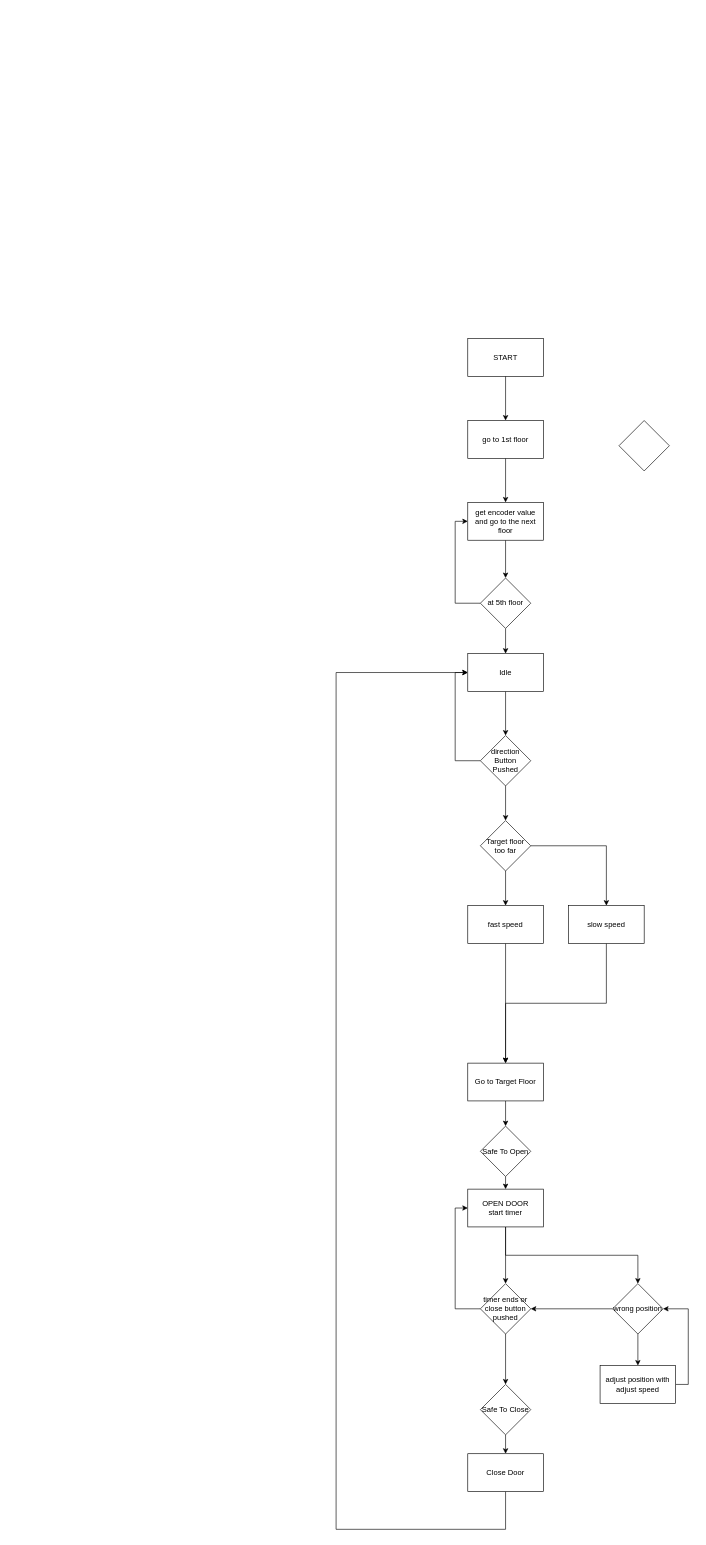
Above: Elevator Flowchart.drawio in lkw56/Elevator (draw.io), before the change. Source tidied: cells renumbered, new cells numbered last; positions are measured from the earlier drawing's top-left corner, leaving out a move shared by most shapes. Both pictures are drawn from the tidied source at 63%, with x=0, y=0 at pixel (336, 338).
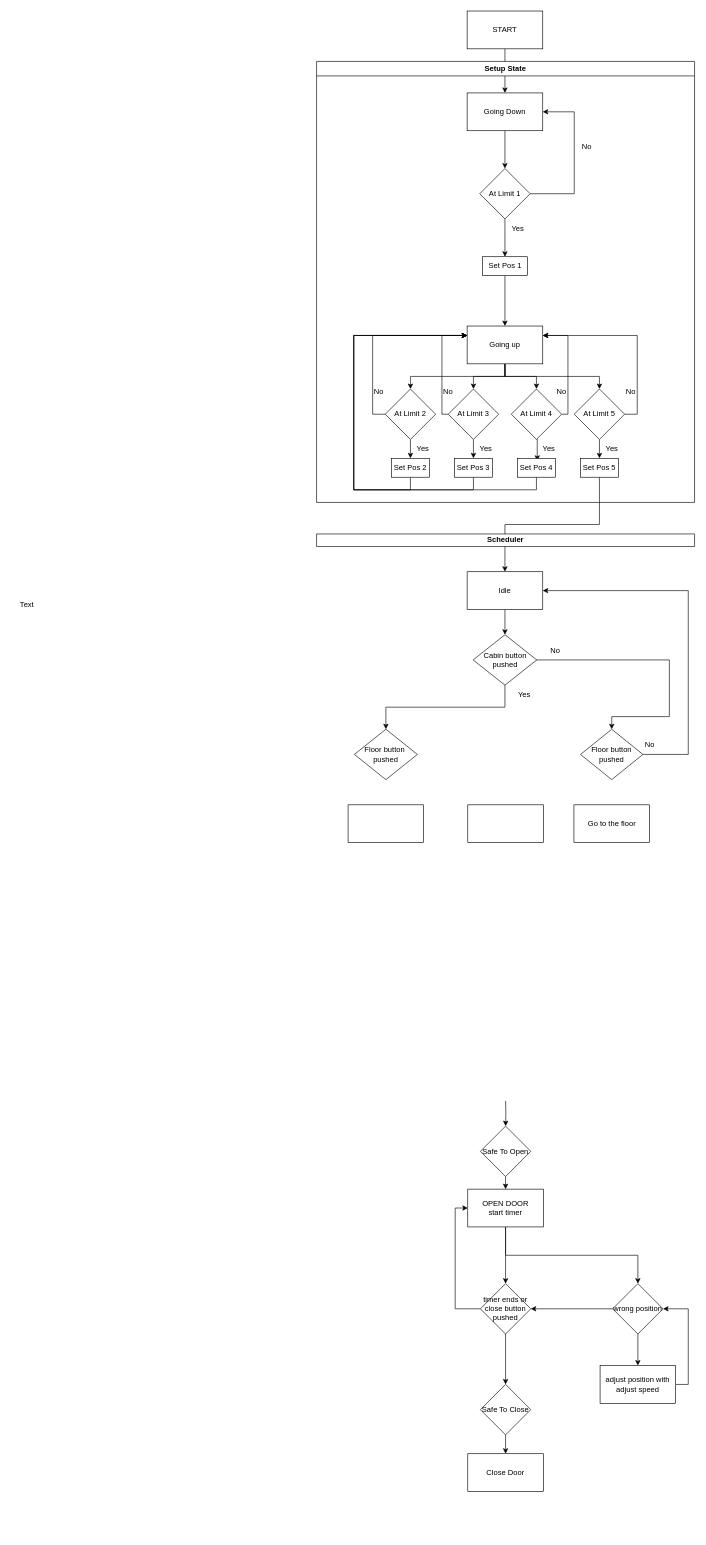
The same diagram, later.

The change refers to these unchanged cells:
```xml
<mxCell id="9" value="Safe To Open" style="rhombus;whiteSpace=wrap;html=1;" parent="1" vertex="1">
  <mxGeometry x="229" y="1250" width="80" height="80" as="geometry" />
</mxCell>
<mxCell id="16" value="Close Door" style="rounded=0;whiteSpace=wrap;html=1;" parent="1" vertex="1">
  <mxGeometry x="209" y="1770" width="120" height="60" as="geometry" />
</mxCell>
```

The edit, as a diff of the source:
```diff
@@
     <mxCell id="2" value="START" style="rounded=0;whiteSpace=wrap;html=1;" parent="1" vertex="1">
-      <mxGeometry x="209" width="120" height="60" as="geometry" />
+      <mxGeometry x="208" y="-520" width="120" height="60" as="geometry" />
     </mxCell>
-    <mxCell id="3" style="edgeStyle=orthogonalEdgeStyle;rounded=0;jettySize=auto;html=1;exitX=0.5;exitY=1;exitDx=0;exitDy=0;entryX=0.5;entryY=0;entryDx=0;entryDy=0;" parent="1" edge="1" source="4" target="9">
-      <mxGeometry relative="1" as="geometry" />
+    <mxCell id="3" style="edgeStyle=orthogonalEdgeStyle;rounded=0;jettySize=auto;html=1;exitX=0.5;exitY=1;exitDx=0;exitDy=0;entryX=0.5;entryY=0;entryDx=0;entryDy=0;" parent="1" edge="1" target="9">
+      <mxGeometry relative="1" as="geometry">
+        <mxPoint x="269" y="1210" as="sourcePoint" />
+      </mxGeometry>
     </mxCell>
-    <mxCell id="4" value="Go to Target Floor" style="rounded=0;whiteSpace=wrap;html=1;" parent="1" vertex="1">
-      <mxGeometry x="209" y="1150" width="120" height="60" as="geometry" />
-    </mxCell>
@@
-    <mxCell id="10" style="edgeStyle=orthogonalEdgeStyle;rounded=0;jettySize=auto;html=1;exitX=0;exitY=0.5;exitDx=0;exitDy=0;entryX=0;entryY=0.5;entryDx=0;entryDy=0;" parent="1" edge="1" source="12" target="27">
-      <mxGeometry relative="1" as="geometry" />
-    </mxCell>
-    <mxCell id="11" style="edgeStyle=orthogonalEdgeStyle;rounded=0;jettySize=auto;html=1;exitX=0.5;exitY=1;exitDx=0;exitDy=0;entryX=0.5;entryY=0;entryDx=0;entryDy=0;" parent="1" edge="1" source="12" target="30">
-      <mxGeometry relative="1" as="geometry" />
-    </mxCell>
-    <mxCell id="12" value="direction Button Pushed" style="rhombus;whiteSpace=wrap;html=1;" parent="1" vertex="1">
-      <mxGeometry x="229" y="630" width="80" height="80" as="geometry" />
-    </mxCell>
@@
-    <mxCell id="15" style="edgeStyle=orthogonalEdgeStyle;rounded=0;jettySize=auto;html=1;exitX=0.5;exitY=1;exitDx=0;exitDy=0;" parent="1" edge="1" source="16">
-      <mxGeometry relative="1" as="geometry">
-        <mxPoint x="209" y="530" as="targetPoint" />
-        <Array as="points">
-          <mxPoint x="269" y="1890" />
-          <mxPoint y="1890" />
-          <mxPoint y="530" />
-        </Array>
-      </mxGeometry>
-    </mxCell>
@@
-    <mxCell id="17" style="edgeStyle=orthogonalEdgeStyle;rounded=0;jettySize=auto;html=1;exitX=0.5;exitY=1;exitDx=0;exitDy=0;entryX=0.5;entryY=0;entryDx=0;entryDy=0;" parent="1" edge="1" source="18" target="22">
-      <mxGeometry relative="1" as="geometry" />
-    </mxCell>
-    <mxCell id="18" value="get encoder value and go to the next floor" style="rounded=0;whiteSpace=wrap;html=1;" parent="1" vertex="1">
-      <mxGeometry x="209" y="260" width="120" height="60" as="geometry" />
-    </mxCell>
-    <mxCell id="19" style="rhombus;whiteSpace=wrap;html=1;" parent="1" vertex="1">
-      <mxGeometry x="449" y="130" width="80" height="80" as="geometry" />
-    </mxCell>
-    <mxCell id="20" style="edgeStyle=orthogonalEdgeStyle;rounded=0;jettySize=auto;html=1;exitX=0;exitY=0.5;exitDx=0;exitDy=0;entryX=0;entryY=0.5;entryDx=0;entryDy=0;" parent="1" edge="1" source="22" target="18">
-      <mxGeometry relative="1" as="geometry" />
-    </mxCell>
-    <mxCell id="21" style="edgeStyle=orthogonalEdgeStyle;rounded=0;jettySize=auto;html=1;exitX=0.5;exitY=1;exitDx=0;exitDy=0;entryX=0.5;entryY=0;entryDx=0;entryDy=0;" parent="1" edge="1" source="22" target="27">
-      <mxGeometry relative="1" as="geometry" />
-    </mxCell>
-    <mxCell id="22" value="at 5th floor" style="rhombus;whiteSpace=wrap;html=1;" parent="1" vertex="1">
-      <mxGeometry x="229" y="380" width="80" height="80" as="geometry" />
-    </mxCell>
-    <mxCell id="23" style="edgeStyle=orthogonalEdgeStyle;rounded=0;jettySize=auto;html=1;exitX=0.5;exitY=1;exitDx=0;exitDy=0;entryX=0.5;entryY=0;entryDx=0;entryDy=0;" parent="1" edge="1" source="24" target="18">
-      <mxGeometry relative="1" as="geometry" />
-    </mxCell>
-    <mxCell id="24" value="go to 1st floor" style="rounded=0;whiteSpace=wrap;html=1;" parent="1" vertex="1">
-      <mxGeometry x="209" y="130" width="120" height="60" as="geometry" />
-    </mxCell>
-    <mxCell id="25" style="endArrow=classic;html=1;rounded=0;exitX=0.5;exitY=1;exitDx=0;exitDy=0;" parent="1" edge="1" source="2" target="24">
+    <mxCell id="25" style="endArrow=classic;html=1;rounded=0;exitX=0.5;exitY=1;exitDx=0;exitDy=0;entryX=0.5;entryY=0;entryDx=0;entryDy=0;" parent="1" edge="1" source="2" target="44">
       <mxGeometry relative="1" as="geometry" />
     </mxCell>
-    <mxCell id="26" style="edgeStyle=orthogonalEdgeStyle;rounded=0;jettySize=auto;html=1;exitX=0.5;exitY=1;exitDx=0;exitDy=0;entryX=0.5;entryY=0;entryDx=0;entryDy=0;" parent="1" edge="1" source="27" target="12">
-      <mxGeometry relative="1" as="geometry" />
-    </mxCell>
-    <mxCell id="27" value="Idle" style="rounded=0;whiteSpace=wrap;html=1;" parent="1" vertex="1">
-      <mxGeometry x="209" y="500" width="120" height="60" as="geometry" />
-    </mxCell>
-    <mxCell id="28" style="edgeStyle=orthogonalEdgeStyle;rounded=0;jettySize=auto;html=1;exitX=0.5;exitY=1;exitDx=0;exitDy=0;entryX=0.5;entryY=0;entryDx=0;entryDy=0;" parent="1" edge="1" source="30" target="32">
-      <mxGeometry relative="1" as="geometry" />
-    </mxCell>
-    <mxCell id="29" style="edgeStyle=orthogonalEdgeStyle;rounded=0;jettySize=auto;html=1;exitX=1;exitY=0.5;exitDx=0;exitDy=0;entryX=0.5;entryY=0;entryDx=0;entryDy=0;" parent="1" edge="1" source="30" target="34">
-      <mxGeometry relative="1" as="geometry" />
-    </mxCell>
-    <mxCell id="30" value="Target floor too far" style="rhombus;whiteSpace=wrap;html=1;" parent="1" vertex="1">
-      <mxGeometry x="229" y="765" width="80" height="80" as="geometry" />
-    </mxCell>
-    <mxCell id="31" style="edgeStyle=orthogonalEdgeStyle;rounded=0;jettySize=auto;html=1;exitX=0.5;exitY=1;exitDx=0;exitDy=0;" parent="1" edge="1" source="32">
-      <mxGeometry relative="1" as="geometry">
-        <mxPoint x="269" y="1150" as="targetPoint" />
-      </mxGeometry>
-    </mxCell>
-    <mxCell id="32" value="fast speed" style="rounded=0;whiteSpace=wrap;html=1;" parent="1" vertex="1">
-      <mxGeometry x="209" y="900" width="120" height="60" as="geometry" />
-    </mxCell>
-    <mxCell id="33" style="edgeStyle=orthogonalEdgeStyle;rounded=0;jettySize=auto;html=1;exitX=0.5;exitY=1;exitDx=0;exitDy=0;entryX=0.5;entryY=0;entryDx=0;entryDy=0;" parent="1" edge="1" source="34" target="4">
-      <mxGeometry relative="1" as="geometry" />
-    </mxCell>
-    <mxCell id="34" value="slow speed" style="rounded=0;whiteSpace=wrap;html=1;" parent="1" vertex="1">
-      <mxGeometry x="369" y="900" width="120" height="60" as="geometry" />
-    </mxCell>
@@
+    <mxCell id="43" style="edgeStyle=orthogonalEdgeStyle;rounded=0;jettySize=auto;html=1;exitX=0.5;exitY=1;exitDx=0;exitDy=0;entryX=0.5;entryY=0;entryDx=0;entryDy=0;" parent="1" edge="1" source="44" target="47">
+      <mxGeometry relative="1" as="geometry" />
+    </mxCell>
+    <mxCell id="44" value="Going Down&lt;div&gt;&lt;/div&gt;" style="rounded=0;whiteSpace=wrap;html=1;" parent="1" vertex="1">
+      <mxGeometry x="208" y="-390" width="120" height="60" as="geometry" />
+    </mxCell>
+    <mxCell id="45" style="edgeStyle=orthogonalEdgeStyle;rounded=0;jettySize=auto;html=1;exitX=1;exitY=0.5;exitDx=0;exitDy=0;entryX=1;entryY=0.5;entryDx=0;entryDy=0;" parent="1" edge="1" source="47" target="44">
+      <mxGeometry relative="1" as="geometry">
+        <Array as="points">
+          <mxPoint x="378" y="-230" />
+          <mxPoint x="378" y="-360" />
+        </Array>
+      </mxGeometry>
+    </mxCell>
+    <mxCell id="46" style="edgeStyle=orthogonalEdgeStyle;rounded=0;jettySize=auto;html=1;exitX=0.5;exitY=1;exitDx=0;exitDy=0;entryX=0.5;entryY=0;entryDx=0;entryDy=0;" parent="1" edge="1" source="47" target="86">
+      <mxGeometry relative="1" as="geometry" />
+    </mxCell>
+    <mxCell id="47" value="At Limit 1" style="rhombus;whiteSpace=wrap;html=1;" parent="1" vertex="1">
+      <mxGeometry x="228" y="-270" width="80" height="80" as="geometry" />
+    </mxCell>
+    <mxCell id="48" value="No" style="text;html=1;strokeColor=none;fillColor=none;align=center;verticalAlign=middle;whiteSpace=wrap;rounded=0;" parent="1" vertex="1">
+      <mxGeometry x="368" y="-320" width="60" height="30" as="geometry" />
+    </mxCell>
+    <mxCell id="49" value="Yes" style="text;html=1;align=center;verticalAlign=middle;strokeColor=none;fillColor=none;" parent="1" vertex="1">
+      <mxGeometry x="268" y="-190" width="40" height="30" as="geometry" />
+    </mxCell>
+    <mxCell id="50" style="edgeStyle=orthogonalEdgeStyle;rounded=0;jettySize=auto;html=1;exitX=0.5;exitY=1;exitDx=0;exitDy=0;" parent="1" edge="1" source="54" target="60">
+      <mxGeometry relative="1" as="geometry" />
+    </mxCell>
+    <mxCell id="51" style="edgeStyle=orthogonalEdgeStyle;rounded=0;jettySize=auto;html=1;exitX=0.5;exitY=1;exitDx=0;exitDy=0;entryX=0.5;entryY=0;entryDx=0;entryDy=0;" parent="1" edge="1" source="54" target="57">
+      <mxGeometry relative="1" as="geometry" />
+    </mxCell>
+    <mxCell id="52" style="edgeStyle=orthogonalEdgeStyle;rounded=0;jettySize=auto;html=1;exitX=0.5;exitY=1;exitDx=0;exitDy=0;entryX=0.5;entryY=0;entryDx=0;entryDy=0;" parent="1" edge="1" source="54" target="63">
+      <mxGeometry relative="1" as="geometry" />
+    </mxCell>
+    <mxCell id="53" style="edgeStyle=orthogonalEdgeStyle;rounded=0;jettySize=auto;html=1;exitX=0.5;exitY=1;exitDx=0;exitDy=0;entryX=0.5;entryY=0;entryDx=0;entryDy=0;" parent="1" edge="1" source="54" target="66">
+      <mxGeometry relative="1" as="geometry" />
+    </mxCell>
+    <mxCell id="54" value="Going up" style="rounded=0;whiteSpace=wrap;html=1;" parent="1" vertex="1">
+      <mxGeometry x="208" y="-20" width="120" height="60" as="geometry" />
+    </mxCell>
+    <mxCell id="55" style="edgeStyle=orthogonalEdgeStyle;rounded=0;jettySize=auto;html=1;exitX=0.5;exitY=1;exitDx=0;exitDy=0;entryX=0.5;entryY=0;entryDx=0;entryDy=0;" parent="1" edge="1" source="57" target="70">
+      <mxGeometry relative="1" as="geometry" />
+    </mxCell>
+    <mxCell id="56" style="edgeStyle=orthogonalEdgeStyle;rounded=0;jettySize=auto;html=1;exitX=0;exitY=0.5;exitDx=0;exitDy=0;entryX=0;entryY=0.25;entryDx=0;entryDy=0;" parent="1" edge="1" source="57" target="54">
+      <mxGeometry relative="1" as="geometry">
+        <Array as="points">
+          <mxPoint x="168" y="120" />
+          <mxPoint x="168" y="-5" />
+        </Array>
+      </mxGeometry>
+    </mxCell>
+    <mxCell id="57" value="At Limit 3" style="rhombus;whiteSpace=wrap;html=1;" parent="1" vertex="1">
+      <mxGeometry x="178" y="80" width="80" height="80" as="geometry" />
+    </mxCell>
+    <mxCell id="58" style="edgeStyle=orthogonalEdgeStyle;rounded=0;jettySize=auto;html=1;exitX=0.5;exitY=1;exitDx=0;exitDy=0;entryX=0.5;entryY=0;entryDx=0;entryDy=0;" parent="1" edge="1" source="60" target="68">
+      <mxGeometry relative="1" as="geometry" />
+    </mxCell>
+    <mxCell id="59" style="edgeStyle=orthogonalEdgeStyle;rounded=0;jettySize=auto;html=1;exitX=0;exitY=0.5;exitDx=0;exitDy=0;entryX=0;entryY=0.25;entryDx=0;entryDy=0;" parent="1" edge="1" source="60" target="54">
+      <mxGeometry relative="1" as="geometry" />
+    </mxCell>
+    <mxCell id="60" value="At Limit 2" style="rhombus;whiteSpace=wrap;html=1;" parent="1" vertex="1">
+      <mxGeometry x="78" y="80" width="80" height="80" as="geometry" />
+    </mxCell>
+    <mxCell id="61" style="edgeStyle=orthogonalEdgeStyle;rounded=0;jettySize=auto;html=1;exitX=0.5;exitY=1;exitDx=0;exitDy=0;entryX=0.521;entryY=0.129;entryDx=0;entryDy=0;entryPerimeter=0;" parent="1" edge="1" source="63" target="72">
+      <mxGeometry relative="1" as="geometry" />
+    </mxCell>
+    <mxCell id="62" style="edgeStyle=orthogonalEdgeStyle;rounded=0;jettySize=auto;html=1;exitX=1;exitY=0.5;exitDx=0;exitDy=0;entryX=1;entryY=0.25;entryDx=0;entryDy=0;" parent="1" edge="1" source="63" target="54">
+      <mxGeometry relative="1" as="geometry">
+        <Array as="points">
+          <mxPoint x="368" y="120" />
+          <mxPoint x="368" y="-5" />
+        </Array>
+      </mxGeometry>
+    </mxCell>
+    <mxCell id="63" value="At Limit 4" style="rhombus;whiteSpace=wrap;html=1;" parent="1" vertex="1">
+      <mxGeometry x="278" y="80" width="80" height="80" as="geometry" />
+    </mxCell>
+    <mxCell id="64" style="edgeStyle=orthogonalEdgeStyle;rounded=0;jettySize=auto;html=1;exitX=0.5;exitY=1;exitDx=0;exitDy=0;entryX=0.5;entryY=0;entryDx=0;entryDy=0;" parent="1" edge="1" source="66" target="74">
+      <mxGeometry relative="1" as="geometry" />
+    </mxCell>
+    <mxCell id="65" style="edgeStyle=orthogonalEdgeStyle;rounded=0;jettySize=auto;html=1;exitX=1;exitY=0.5;exitDx=0;exitDy=0;entryX=1;entryY=0.25;entryDx=0;entryDy=0;" parent="1" edge="1" source="66" target="54">
+      <mxGeometry relative="1" as="geometry" />
+    </mxCell>
+    <mxCell id="66" value="At Limit 5" style="rhombus;whiteSpace=wrap;html=1;" parent="1" vertex="1">
+      <mxGeometry x="378" y="80" width="80" height="80" as="geometry" />
+    </mxCell>
+    <mxCell id="67" style="edgeStyle=orthogonalEdgeStyle;rounded=0;jettySize=auto;html=1;exitX=0.5;exitY=1;exitDx=0;exitDy=0;entryX=0;entryY=0.25;entryDx=0;entryDy=0;" parent="1" edge="1" source="68" target="54">
+      <mxGeometry relative="1" as="geometry">
+        <Array as="points">
+          <mxPoint x="118" y="240" />
+          <mxPoint x="28" y="240" />
+          <mxPoint x="28" y="-5" />
+        </Array>
+      </mxGeometry>
+    </mxCell>
+    <mxCell id="68" value="Set Pos 2" style="rounded=0;whiteSpace=wrap;html=1;" parent="1" vertex="1">
+      <mxGeometry x="88" y="190" width="60" height="30" as="geometry" />
+    </mxCell>
+    <mxCell id="69" style="edgeStyle=orthogonalEdgeStyle;rounded=0;jettySize=auto;html=1;exitX=0.5;exitY=1;exitDx=0;exitDy=0;entryX=0;entryY=0.25;entryDx=0;entryDy=0;" parent="1" edge="1" source="70" target="54">
+      <mxGeometry relative="1" as="geometry">
+        <Array as="points">
+          <mxPoint x="218" y="240" />
+          <mxPoint x="28" y="240" />
+          <mxPoint x="28" y="-5" />
+        </Array>
+      </mxGeometry>
+    </mxCell>
+    <mxCell id="70" value="&lt;div&gt;Set Pos 3&lt;/div&gt;" style="rounded=0;whiteSpace=wrap;html=1;" parent="1" vertex="1">
+      <mxGeometry x="188" y="190" width="60" height="30" as="geometry" />
+    </mxCell>
+    <mxCell id="71" style="edgeStyle=orthogonalEdgeStyle;rounded=0;jettySize=auto;html=1;exitX=0.5;exitY=1;exitDx=0;exitDy=0;entryX=0;entryY=0.25;entryDx=0;entryDy=0;" parent="1" edge="1" source="72" target="54">
+      <mxGeometry relative="1" as="geometry">
+        <Array as="points">
+          <mxPoint x="318" y="240" />
+          <mxPoint x="28" y="240" />
+          <mxPoint x="28" y="-5" />
+        </Array>
+      </mxGeometry>
+    </mxCell>
+    <mxCell id="72" value="&lt;div&gt;Set Pos 4&lt;/div&gt;" style="rounded=0;whiteSpace=wrap;html=1;" parent="1" vertex="1">
+      <mxGeometry x="288" y="190" width="60" height="30" as="geometry" />
+    </mxCell>
+    <mxCell id="73" style="edgeStyle=orthogonalEdgeStyle;rounded=0;jettySize=auto;html=1;exitX=0.5;exitY=1;exitDx=0;exitDy=0;entryX=0.5;entryY=0;entryDx=0;entryDy=0;" parent="1" edge="1" source="74" target="27">
+      <mxGeometry relative="1" as="geometry" />
+    </mxCell>
+    <mxCell id="74" value="Set Pos 5" style="rounded=0;whiteSpace=wrap;html=1;" parent="1" vertex="1">
+      <mxGeometry x="388" y="190" width="60" height="30" as="geometry" />
+    </mxCell>
+    <mxCell id="75" value="No" style="text;html=1;strokeColor=none;fillColor=none;align=center;verticalAlign=middle;whiteSpace=wrap;rounded=0;" parent="1" vertex="1">
+      <mxGeometry x="38" y="70" width="60" height="30" as="geometry" />
+    </mxCell>
+    <mxCell id="76" value="No" style="text;html=1;strokeColor=none;fillColor=none;align=center;verticalAlign=middle;whiteSpace=wrap;rounded=0;" parent="1" vertex="1">
+      <mxGeometry x="148" y="70" width="60" height="30" as="geometry" />
+    </mxCell>
+    <mxCell id="77" value="No" style="text;html=1;strokeColor=none;fillColor=none;align=center;verticalAlign=middle;whiteSpace=wrap;rounded=0;" parent="1" vertex="1">
+      <mxGeometry x="328" y="70" width="60" height="30" as="geometry" />
+    </mxCell>
+    <mxCell id="78" value="No" style="text;html=1;strokeColor=none;fillColor=none;align=center;verticalAlign=middle;whiteSpace=wrap;rounded=0;" parent="1" vertex="1">
+      <mxGeometry x="438" y="70" width="60" height="30" as="geometry" />
+    </mxCell>
+    <mxCell id="79" value="Yes" style="text;html=1;strokeColor=none;fillColor=none;align=center;verticalAlign=middle;whiteSpace=wrap;rounded=0;" parent="1" vertex="1">
+      <mxGeometry x="108" y="160" width="60" height="30" as="geometry" />
+    </mxCell>
+    <mxCell id="80" value="Yes" style="text;html=1;strokeColor=none;fillColor=none;align=center;verticalAlign=middle;whiteSpace=wrap;rounded=0;" parent="1" vertex="1">
+      <mxGeometry x="208" y="160" width="60" height="30" as="geometry" />
+    </mxCell>
+    <mxCell id="81" value="Yes" style="text;html=1;strokeColor=none;fillColor=none;align=center;verticalAlign=middle;whiteSpace=wrap;rounded=0;" parent="1" vertex="1">
+      <mxGeometry x="308" y="160" width="60" height="30" as="geometry" />
+    </mxCell>
+    <mxCell id="82" value="Yes" style="text;html=1;strokeColor=none;fillColor=none;align=center;verticalAlign=middle;whiteSpace=wrap;rounded=0;" parent="1" vertex="1">
+      <mxGeometry x="408" y="160" width="60" height="30" as="geometry" />
+    </mxCell>
+    <mxCell id="83" style="edgeStyle=orthogonalEdgeStyle;rounded=0;orthogonalLoop=1;jettySize=auto;html=1;exitX=0.5;exitY=1;exitDx=0;exitDy=0;" parent="1" edge="1" source="68" target="68">
+      <mxGeometry relative="1" as="geometry" />
+    </mxCell>
+    <mxCell id="84" style="edgeStyle=orthogonalEdgeStyle;rounded=0;jettySize=auto;html=1;exitX=0.5;exitY=1;exitDx=0;exitDy=0;entryX=0.5;entryY=0;entryDx=0;entryDy=0;" parent="1" edge="1" source="86" target="54">
+      <mxGeometry relative="1" as="geometry" />
+    </mxCell>
+    <mxCell id="85" value="Setup State" style="swimlane;whiteSpace=wrap;html=1;" parent="1" vertex="1">
+      <mxGeometry x="-31" y="-440" width="600" height="700" as="geometry" />
+    </mxCell>
+    <mxCell id="86" value="&lt;div&gt;Set Pos 1&lt;br&gt;&lt;/div&gt;" style="rounded=0;whiteSpace=wrap;html=1;" parent="85" vertex="1">
+      <mxGeometry x="263.5" y="310" width="71" height="30" as="geometry" />
+    </mxCell>
+    <mxCell id="87" value="Scheduler" style="swimlane;whiteSpace=wrap;html=1;" parent="1" vertex="1">
+      <mxGeometry x="-31" y="310" width="600" height="20" as="geometry" />
+    </mxCell>
+    <mxCell id="88" style="edgeStyle=orthogonalEdgeStyle;rounded=0;jettySize=auto;html=1;exitX=0.5;exitY=1;exitDx=0;exitDy=0;entryX=0.5;entryY=0;entryDx=0;entryDy=0;" parent="87" edge="1" source="27" target="89">
+      <mxGeometry relative="1" as="geometry" />
+    </mxCell>
+    <mxCell id="27" value="Idle" style="rounded=0;whiteSpace=wrap;html=1;" parent="87" vertex="1">
+      <mxGeometry x="239" y="60" width="120" height="60" as="geometry" />
+    </mxCell>
+    <mxCell id="89" value="Cabin button&lt;br&gt;pushed" style="rhombus;whiteSpace=wrap;html=1;" parent="87" vertex="1">
+      <mxGeometry x="248.5" y="160" width="101" height="80" as="geometry" />
+    </mxCell>
+    <mxCell id="90" value="Yes" style="text;html=1;strokeColor=none;fillColor=none;align=center;verticalAlign=middle;whiteSpace=wrap;rounded=0;" parent="87" vertex="1">
+      <mxGeometry x="300" y="240" width="60" height="30" as="geometry" />
+    </mxCell>
+    <mxCell id="91" value="No" style="text;html=1;strokeColor=none;fillColor=none;align=center;verticalAlign=middle;whiteSpace=wrap;rounded=0;" parent="87" vertex="1">
+      <mxGeometry x="349" y="170" width="60" height="30" as="geometry" />
+    </mxCell>
+    <mxCell id="92" value="Floor button&amp;nbsp;&lt;br&gt;pushed" style="rhombus;whiteSpace=wrap;html=1;" parent="1" vertex="1">
+      <mxGeometry x="29" y="620" width="100" height="80" as="geometry" />
+    </mxCell>
+    <mxCell id="93" style="edgeStyle=orthogonalEdgeStyle;rounded=0;jettySize=auto;html=1;exitX=0.5;exitY=1;exitDx=0;exitDy=0;entryX=0.5;entryY=0;entryDx=0;entryDy=0;" parent="1" edge="1" source="89" target="92">
+      <mxGeometry relative="1" as="geometry" />
+    </mxCell>
+    <mxCell id="94" style="edgeStyle=orthogonalEdgeStyle;rounded=0;jettySize=auto;html=1;exitX=1;exitY=0.5;exitDx=0;exitDy=0;entryX=1;entryY=0.5;entryDx=0;entryDy=0;" parent="1" edge="1" source="95" target="27">
+      <mxGeometry relative="1" as="geometry">
+        <Array as="points">
+          <mxPoint x="559" y="660" />
+          <mxPoint x="559" y="400" />
+        </Array>
+      </mxGeometry>
+    </mxCell>
+    <mxCell id="95" value="Floor button pushed" style="rhombus;whiteSpace=wrap;html=1;" parent="1" vertex="1">
+      <mxGeometry x="388" y="620" width="99" height="80" as="geometry" />
+    </mxCell>
+    <mxCell id="96" style="edgeStyle=orthogonalEdgeStyle;rounded=0;jettySize=auto;html=1;exitX=0;exitY=1;exitDx=0;exitDy=0;entryX=0.5;entryY=0;entryDx=0;entryDy=0;" parent="1" edge="1" source="91" target="95">
+      <mxGeometry relative="1" as="geometry">
+        <Array as="points">
+          <mxPoint x="529" y="510" />
+          <mxPoint x="529" y="600" />
+          <mxPoint x="438" y="600" />
+        </Array>
+      </mxGeometry>
+    </mxCell>
+    <mxCell id="97" value="No" style="text;html=1;strokeColor=none;fillColor=none;align=center;verticalAlign=middle;whiteSpace=wrap;rounded=0;" parent="1" vertex="1">
+      <mxGeometry x="468" y="630" width="60" height="30" as="geometry" />
+    </mxCell>
+    <mxCell id="98" value="Go to the floor" style="rounded=0;whiteSpace=wrap;html=1;" parent="1" vertex="1">
+      <mxGeometry x="377.5" y="740" width="120" height="60" as="geometry" />
+    </mxCell>
+    <mxCell id="99" style="rounded=0;whiteSpace=wrap;html=1;" parent="1" vertex="1">
+      <mxGeometry x="19" y="740" width="120" height="60" as="geometry" />
+    </mxCell>
+    <mxCell id="100" style="rounded=0;whiteSpace=wrap;html=1;" parent="1" vertex="1">
+      <mxGeometry x="209" y="740" width="120" height="60" as="geometry" />
+    </mxCell>
+    <mxCell id="101" value="Text" style="text;html=1;align=center;verticalAlign=middle;strokeColor=none;fillColor=none;" parent="1" vertex="1">
+      <mxGeometry x="-516" y="408" width="50" height="30" as="geometry" />
+    </mxCell>
```
